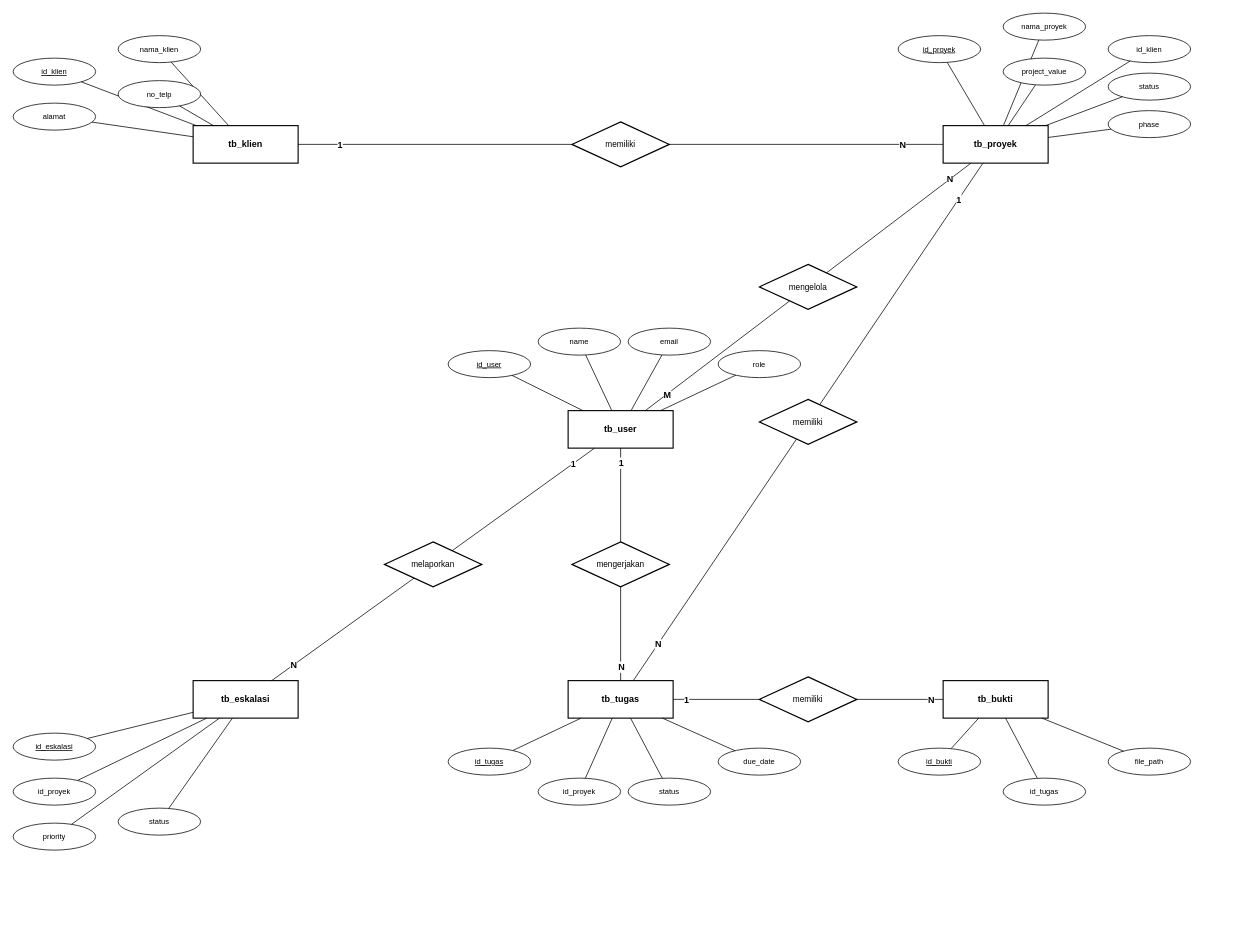
Before: diagram/ai/ERD/ERD_KONSEPTUAL.drawio in evelleura/shi-dashboard, a draw.io diagram. Source tidied: cells renumbered, new cells numbered last; positions are measured from the earlier drawing's top-left corner, leaving out a move shared by most shapes. Both pictures are drawn from the tidied source at 75%, with x=0, y=0 at pixel (13, 13).
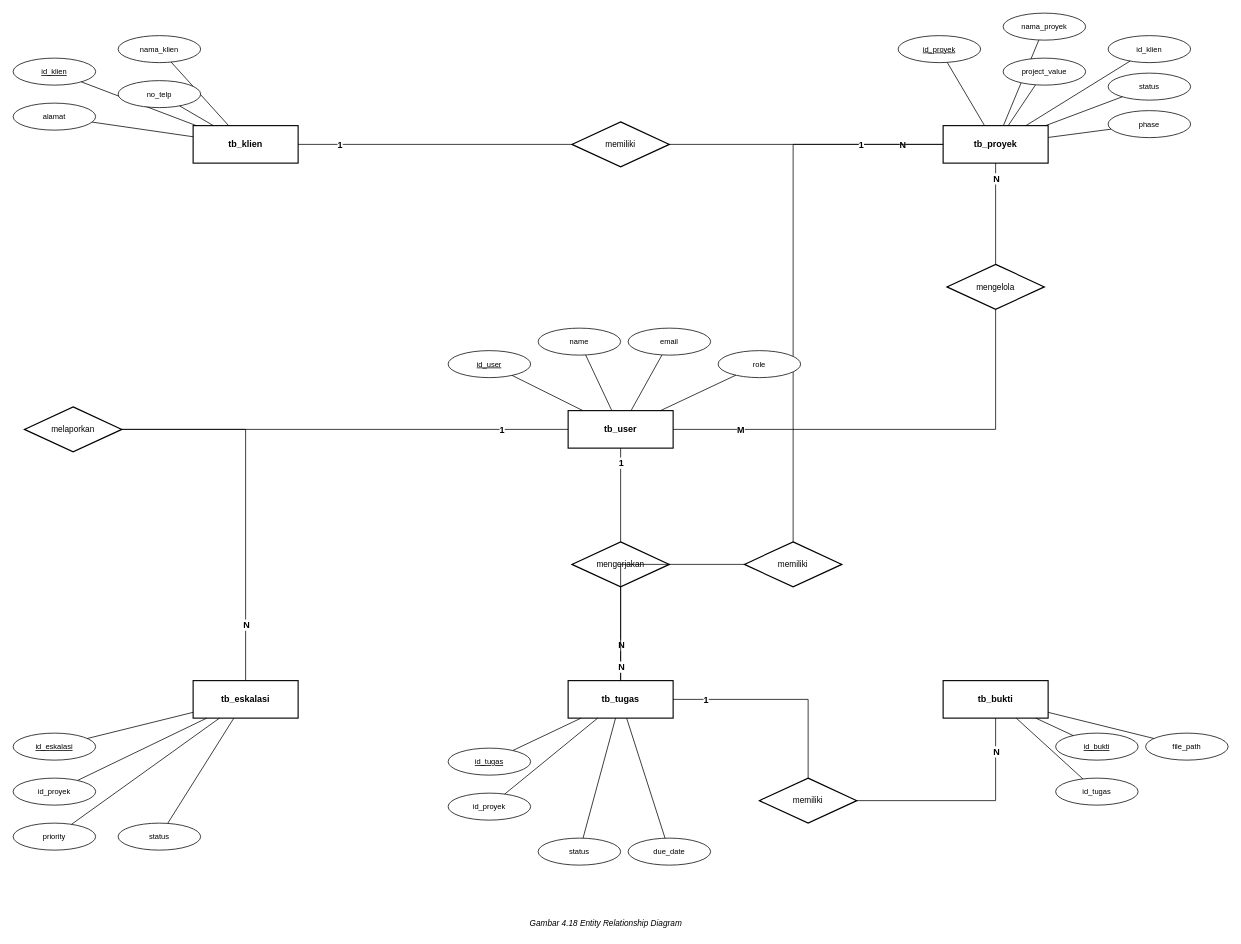
After the change.

Commit message (it also covers changes not shown here):
feat(diagram): align fisik DB docx to 6-entity ERD

The change refers to these unchanged cells:
```xml
<mxCell id="2" value="tb_klien" style="rounded=0;whiteSpace=wrap;html=1;fillColor=#FFFFFF;strokeColor=#000000;strokeWidth=1.5;fontSize=12;fontStyle=1;fontColor=#000000;" parent="1" vertex="1">
  <mxGeometry x="240" y="150" width="140" height="50" as="geometry" />
</mxCell>
<mxCell id="3" value="tb_proyek" style="rounded=0;whiteSpace=wrap;html=1;fillColor=#FFFFFF;strokeColor=#000000;strokeWidth=1.5;fontSize=12;fontStyle=1;fontColor=#000000;" parent="1" vertex="1">
  <mxGeometry x="1240" y="150" width="140" height="50" as="geometry" />
</mxCell>
<mxCell id="4" value="tb_user" style="rounded=0;whiteSpace=wrap;html=1;fillColor=#FFFFFF;strokeColor=#000000;strokeWidth=1.5;fontSize=12;fontStyle=1;fontColor=#000000;" parent="1" vertex="1">
  <mxGeometry x="740" y="530" width="140" height="50" as="geometry" />
</mxCell>
<mxCell id="5" value="tb_eskalasi" style="rounded=0;whiteSpace=wrap;html=1;fillColor=#FFFFFF;strokeColor=#000000;strokeWidth=1.5;fontSize=12;fontStyle=1;fontColor=#000000;" parent="1" vertex="1">
  <mxGeometry x="240" y="890" width="140" height="50" as="geometry" />
</mxCell>
<mxCell id="6" value="tb_tugas" style="rounded=0;whiteSpace=wrap;html=1;fillColor=#FFFFFF;strokeColor=#000000;strokeWidth=1.5;fontSize=12;fontStyle=1;fontColor=#000000;" parent="1" vertex="1">
  <mxGeometry x="740" y="890" width="140" height="50" as="geometry" />
</mxCell>
<mxCell id="7" value="tb_bukti" style="rounded=0;whiteSpace=wrap;html=1;fillColor=#FFFFFF;strokeColor=#000000;strokeWidth=1.5;fontSize=12;fontStyle=1;fontColor=#000000;" parent="1" vertex="1">
  <mxGeometry x="1240" y="890" width="140" height="50" as="geometry" />
</mxCell>
<mxCell id="8" value="memiliki" style="rhombus;whiteSpace=wrap;html=1;fillColor=#FFFFFF;strokeColor=#000000;strokeWidth=1.5;fontSize=11;fontColor=#000000;" parent="1" vertex="1">
  <mxGeometry x="745" y="145" width="130" height="60" as="geometry" />
</mxCell>
<mxCell id="11" value="mengerjakan" style="rhombus;whiteSpace=wrap;html=1;fillColor=#FFFFFF;strokeColor=#000000;strokeWidth=1.5;fontSize=11;fontColor=#000000;" parent="1" vertex="1">
  <mxGeometry x="745" y="705" width="130" height="60" as="geometry" />
</mxCell>
```

Change to the diagram source:
```diff
@@
     <mxCell id="9" value="mengelola" style="rhombus;whiteSpace=wrap;html=1;fillColor=#FFFFFF;strokeColor=#000000;strokeWidth=1.5;fontSize=11;fontColor=#000000;" parent="1" vertex="1">
-      <mxGeometry x="995" y="335" width="130" height="60" as="geometry" />
+      <mxGeometry x="1245" y="335" width="130" height="60" as="geometry" />
     </mxCell>
     <mxCell id="10" value="memiliki" style="rhombus;whiteSpace=wrap;html=1;fillColor=#FFFFFF;strokeColor=#000000;strokeWidth=1.5;fontSize=11;fontColor=#000000;" parent="1" vertex="1">
-      <mxGeometry x="995" y="515" width="130" height="60" as="geometry" />
+      <mxGeometry x="975" y="705" width="130" height="60" as="geometry" />
     </mxCell>
@@
     <mxCell id="12" value="memiliki" style="rhombus;whiteSpace=wrap;html=1;fillColor=#FFFFFF;strokeColor=#000000;strokeWidth=1.5;fontSize=11;fontColor=#000000;" parent="1" vertex="1">
-      <mxGeometry x="995" y="885" width="130" height="60" as="geometry" />
+      <mxGeometry x="995" y="1020" width="130" height="60" as="geometry" />
     </mxCell>
     <mxCell id="13" value="melaporkan" style="rhombus;whiteSpace=wrap;html=1;fillColor=#FFFFFF;strokeColor=#000000;strokeWidth=1.5;fontSize=11;fontColor=#000000;" parent="1" vertex="1">
-      <mxGeometry x="495" y="705" width="130" height="60" as="geometry" />
+      <mxGeometry x="15" y="525" width="130" height="60" as="geometry" />
     </mxCell>
-    <mxCell id="14" style="endArrow=none;startArrow=none;html=1;rounded=0;strokeColor=#000000;strokeWidth=1;" parent="1" edge="1" source="2" target="8">
+    <mxCell id="14" style="endArrow=none;startArrow=none;html=1;rounded=0;edgeStyle=orthogonalEdgeStyle;strokeColor=#000000;strokeWidth=1;jettySize=auto;" parent="1" edge="1" source="2" target="8">
       <mxGeometry relative="1" as="geometry" />
     </mxCell>
@@
-    <mxCell id="16" style="endArrow=none;startArrow=none;html=1;rounded=0;strokeColor=#000000;strokeWidth=1;" parent="1" edge="1" source="8" target="3">
+    <mxCell id="16" style="endArrow=none;startArrow=none;html=1;rounded=0;edgeStyle=orthogonalEdgeStyle;strokeColor=#000000;strokeWidth=1;jettySize=auto;" parent="1" edge="1" source="8" target="3">
       <mxGeometry relative="1" as="geometry" />
     </mxCell>
@@
-    <mxCell id="18" style="endArrow=none;startArrow=none;html=1;rounded=0;strokeColor=#000000;strokeWidth=1;" parent="1" edge="1" source="4" target="9">
+    <mxCell id="18" style="endArrow=none;startArrow=none;html=1;rounded=0;edgeStyle=orthogonalEdgeStyle;strokeColor=#000000;strokeWidth=1;jettySize=auto;" parent="1" edge="1" source="4" target="9">
       <mxGeometry relative="1" as="geometry" />
     </mxCell>
@@
-    <mxCell id="20" style="endArrow=none;startArrow=none;html=1;rounded=0;strokeColor=#000000;strokeWidth=1;" parent="1" edge="1" source="9" target="3">
+    <mxCell id="20" style="endArrow=none;startArrow=none;html=1;rounded=0;edgeStyle=orthogonalEdgeStyle;strokeColor=#000000;strokeWidth=1;jettySize=auto;" parent="1" edge="1" source="9" target="3">
       <mxGeometry relative="1" as="geometry" />
     </mxCell>
@@
-    <mxCell id="22" style="endArrow=none;startArrow=none;html=1;rounded=0;strokeColor=#000000;strokeWidth=1;" parent="1" edge="1" source="3" target="10">
-      <mxGeometry relative="1" as="geometry" />
+    <mxCell id="22" style="endArrow=none;startArrow=none;html=1;rounded=0;edgeStyle=orthogonalEdgeStyle;strokeColor=#000000;strokeWidth=1;jettySize=auto;" parent="1" edge="1" source="3" target="10">
+      <mxGeometry relative="1" as="geometry">
+        <Array as="points">
+          <mxPoint x="1040" y="175" />
+        </Array>
+      </mxGeometry>
     </mxCell>
@@
-    <mxCell id="24" style="endArrow=none;startArrow=none;html=1;rounded=0;strokeColor=#000000;strokeWidth=1;" parent="1" edge="1" source="10" target="6">
+    <mxCell id="24" style="endArrow=none;startArrow=none;html=1;rounded=0;edgeStyle=orthogonalEdgeStyle;strokeColor=#000000;strokeWidth=1;jettySize=auto;" parent="1" edge="1" source="10" target="6">
       <mxGeometry relative="1" as="geometry" />
     </mxCell>
@@
-    <mxCell id="26" style="endArrow=none;startArrow=none;html=1;rounded=0;strokeColor=#000000;strokeWidth=1;" parent="1" edge="1" source="4" target="11">
+    <mxCell id="26" style="endArrow=none;startArrow=none;html=1;rounded=0;edgeStyle=orthogonalEdgeStyle;strokeColor=#000000;strokeWidth=1;jettySize=auto;" parent="1" edge="1" source="4" target="11">
       <mxGeometry relative="1" as="geometry" />
     </mxCell>
@@
-    <mxCell id="28" style="endArrow=none;startArrow=none;html=1;rounded=0;strokeColor=#000000;strokeWidth=1;" parent="1" edge="1" source="11" target="6">
+    <mxCell id="28" style="endArrow=none;startArrow=none;html=1;rounded=0;edgeStyle=orthogonalEdgeStyle;strokeColor=#000000;strokeWidth=1;jettySize=auto;" parent="1" edge="1" source="11" target="6">
       <mxGeometry relative="1" as="geometry" />
     </mxCell>
@@
-    <mxCell id="30" style="endArrow=none;startArrow=none;html=1;rounded=0;strokeColor=#000000;strokeWidth=1;" parent="1" edge="1" source="6" target="12">
+    <mxCell id="30" style="endArrow=none;startArrow=none;html=1;rounded=0;edgeStyle=orthogonalEdgeStyle;strokeColor=#000000;strokeWidth=1;jettySize=auto;" parent="1" edge="1" source="6" target="12">
       <mxGeometry relative="1" as="geometry" />
     </mxCell>
@@
-    <mxCell id="32" style="endArrow=none;startArrow=none;html=1;rounded=0;strokeColor=#000000;strokeWidth=1;" parent="1" edge="1" source="12" target="7">
+    <mxCell id="32" style="endArrow=none;startArrow=none;html=1;rounded=0;edgeStyle=orthogonalEdgeStyle;strokeColor=#000000;strokeWidth=1;jettySize=auto;" parent="1" edge="1" source="12" target="7">
       <mxGeometry relative="1" as="geometry" />
     </mxCell>
@@
-    <mxCell id="34" style="endArrow=none;startArrow=none;html=1;rounded=0;strokeColor=#000000;strokeWidth=1;" parent="1" edge="1" source="4" target="13">
+    <mxCell id="34" style="endArrow=none;startArrow=none;html=1;rounded=0;edgeStyle=orthogonalEdgeStyle;strokeColor=#000000;strokeWidth=1;jettySize=auto;" parent="1" edge="1" source="4" target="13">
       <mxGeometry relative="1" as="geometry" />
     </mxCell>
@@
-    <mxCell id="36" style="endArrow=none;startArrow=none;html=1;rounded=0;strokeColor=#000000;strokeWidth=1;" parent="1" edge="1" source="13" target="5">
+    <mxCell id="36" style="endArrow=none;startArrow=none;html=1;rounded=0;edgeStyle=orthogonalEdgeStyle;strokeColor=#000000;strokeWidth=1;jettySize=auto;" parent="1" edge="1" source="13" target="5">
       <mxGeometry relative="1" as="geometry" />
     </mxCell>
@@
     <mxCell id="72" value="status" style="ellipse;whiteSpace=wrap;html=1;fillColor=#FFFFFF;strokeColor=#000000;strokeWidth=1;fontSize=10;fontColor=#000000;" parent="1" vertex="1">
-      <mxGeometry x="140" y="1060" width="110" height="36" as="geometry" />
+      <mxGeometry x="140" y="1080" width="110" height="36" as="geometry" />
     </mxCell>
@@
     <mxCell id="76" value="id_proyek" style="ellipse;whiteSpace=wrap;html=1;fillColor=#FFFFFF;strokeColor=#000000;strokeWidth=1;fontSize=10;fontColor=#000000;" parent="1" vertex="1">
-      <mxGeometry x="700" y="1020" width="110" height="36" as="geometry" />
+      <mxGeometry x="580" y="1040" width="110" height="36" as="geometry" />
     </mxCell>
@@
     <mxCell id="78" value="status" style="ellipse;whiteSpace=wrap;html=1;fillColor=#FFFFFF;strokeColor=#000000;strokeWidth=1;fontSize=10;fontColor=#000000;" parent="1" vertex="1">
-      <mxGeometry x="820" y="1020" width="110" height="36" as="geometry" />
+      <mxGeometry x="700" y="1100" width="110" height="36" as="geometry" />
     </mxCell>
@@
     <mxCell id="80" value="due_date" style="ellipse;whiteSpace=wrap;html=1;fillColor=#FFFFFF;strokeColor=#000000;strokeWidth=1;fontSize=10;fontColor=#000000;" parent="1" vertex="1">
-      <mxGeometry x="940" y="980" width="110" height="36" as="geometry" />
+      <mxGeometry x="820" y="1100" width="110" height="36" as="geometry" />
     </mxCell>
@@
     <mxCell id="82" value="id_bukti" style="ellipse;whiteSpace=wrap;html=1;fillColor=#FFFFFF;strokeColor=#000000;strokeWidth=1;fontSize=10;fontStyle=4;fontColor=#000000;" parent="1" vertex="1">
-      <mxGeometry x="1180" y="980" width="110" height="36" as="geometry" />
+      <mxGeometry x="1390" y="960" width="110" height="36" as="geometry" />
     </mxCell>
@@
     <mxCell id="84" value="id_tugas" style="ellipse;whiteSpace=wrap;html=1;fillColor=#FFFFFF;strokeColor=#000000;strokeWidth=1;fontSize=10;fontColor=#000000;" parent="1" vertex="1">
-      <mxGeometry x="1320" y="1020" width="110" height="36" as="geometry" />
+      <mxGeometry x="1390" y="1020" width="110" height="36" as="geometry" />
     </mxCell>
@@
     <mxCell id="86" value="file_path" style="ellipse;whiteSpace=wrap;html=1;fillColor=#FFFFFF;strokeColor=#000000;strokeWidth=1;fontSize=10;fontColor=#000000;" parent="1" vertex="1">
-      <mxGeometry x="1460" y="980" width="110" height="36" as="geometry" />
+      <mxGeometry x="1510" y="960" width="110" height="36" as="geometry" />
     </mxCell>
@@
+    <mxCell id="88" value="Gambar 4.18 Entity Relationship Diagram" style="text;html=1;align=center;fontSize=11;fontStyle=2;fontColor=#000000;" parent="1" vertex="1">
+      <mxGeometry x="490" y="1200" width="600" height="24" as="geometry" />
+    </mxCell>
```
